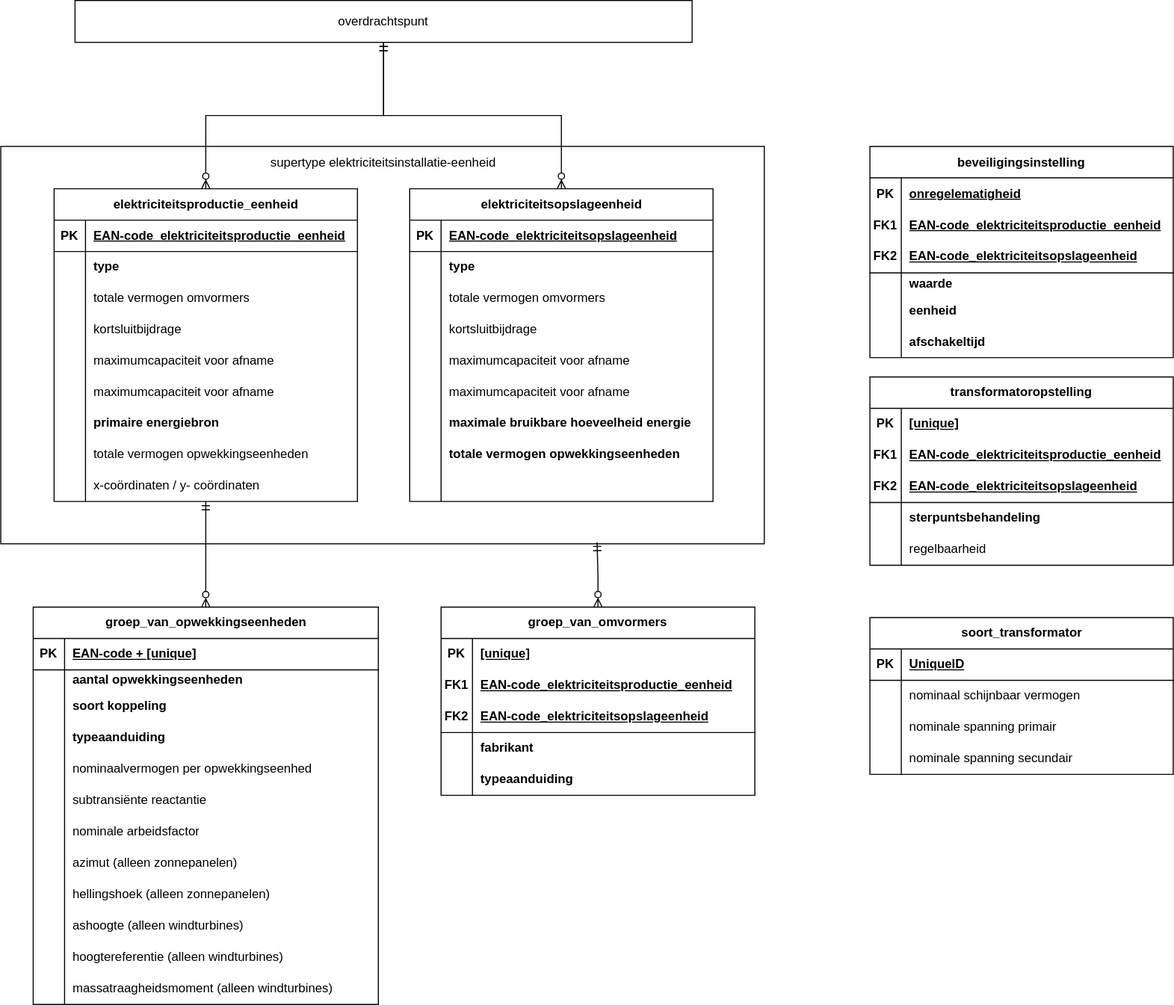
Above: installatieregister_pub.drawio.svg in Jterveld/draw.io-modellen (draw.io), before the change. Source tidied: cells renumbered, new cells last; positions are measured from the earlier drawing's top-left corner, leaving out a move shared by most shapes.
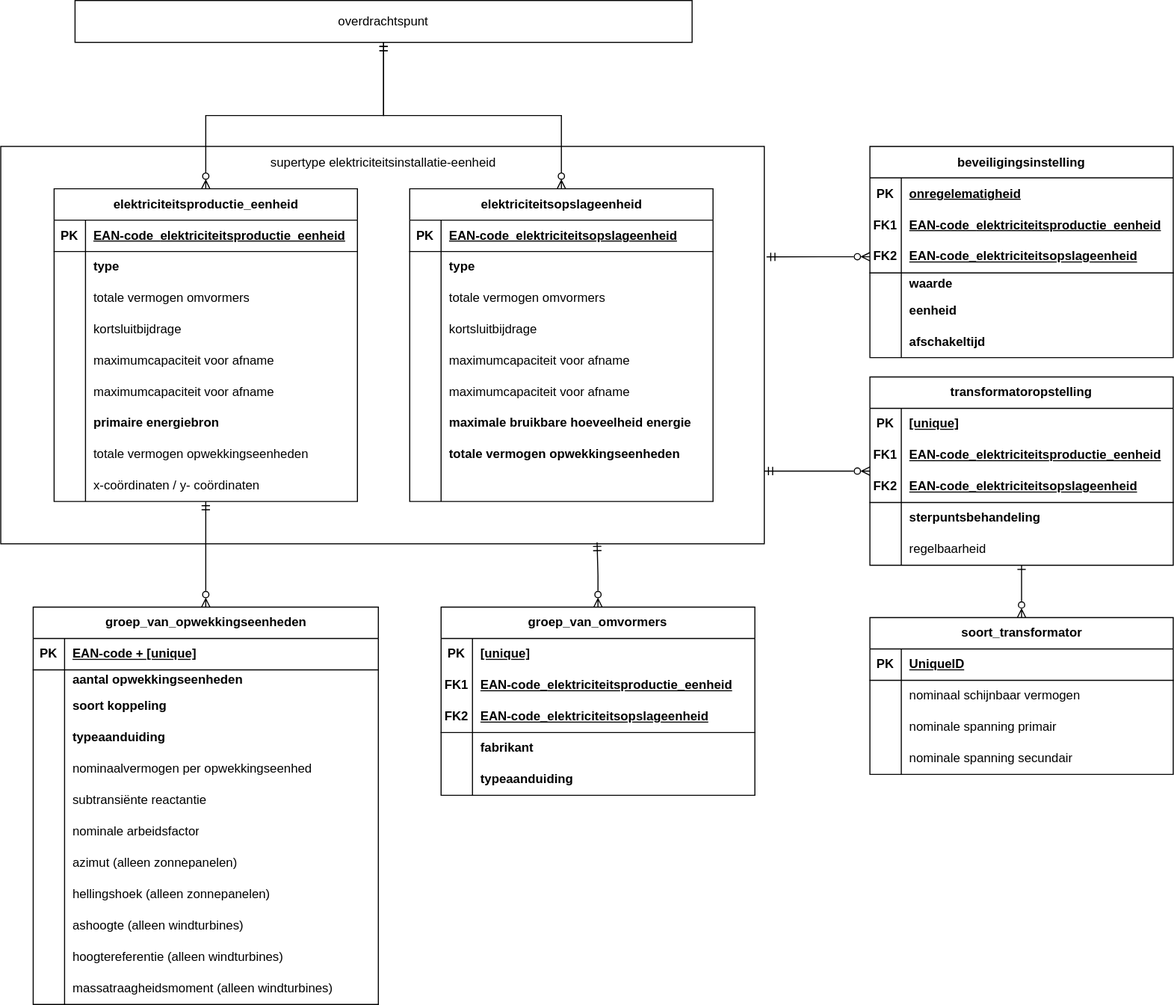
Later version of the same file.

Change to the diagram source:
```diff
@@ -407,6 +407,9 @@
     <mxCell id="136" value="afschakeltijd" style="shape=partialRectangle;fillColor=none;top=0;left=0;bottom=0;right=0;align=left;spacingLeft=6;overflow=hidden;html=1;whiteSpace=wrap;fontStyle=1;" parent="134" vertex="1">
       <mxGeometry x="30" width="260" height="30" as="geometry" />
     </mxCell>
+    <mxCell id="166" style="edgeStyle=orthogonalEdgeStyle;rounded=0;jettySize=auto;html=1;entryX=0.5;entryY=0;entryDx=0;entryDy=0;endArrow=ERzeroToMany;endFill=0;startArrow=ERone;startFill=0;" parent="1" edge="1" source="137" target="153">
+      <mxGeometry relative="1" as="geometry" />
+    </mxCell>
     <mxCell id="137" value="transformatoropstelling" style="shape=table;startSize=30;rowLines=0;fontStyle=1;align=center;html=1;whiteSpace=wrap;" parent="1" vertex="1">
       <mxGeometry x="831" y="360" width="290" height="180" as="geometry" />
     </mxCell>
@@ -494,5 +497,11 @@
     <mxCell id="165" value="nominale spanning secundair" style="shape=partialRectangle;fillColor=none;top=0;left=0;bottom=0;right=0;align=left;spacingLeft=6;overflow=hidden;whiteSpace=wrap;html=1;" parent="163" vertex="1">
       <mxGeometry x="30" width="260" height="30" as="geometry" />
     </mxCell>
+    <mxCell id="167" style="edgeStyle=orthogonalEdgeStyle;rounded=0;jettySize=auto;html=1;entryX=1.003;entryY=0.278;entryDx=0;entryDy=0;entryPerimeter=0;endArrow=ERmandOne;endFill=0;startArrow=ERzeroToMany;startFill=0;" parent="1" edge="1" source="125" target="2">
+      <mxGeometry relative="1" as="geometry" />
+    </mxCell>
+    <mxCell id="168" style="edgeStyle=orthogonalEdgeStyle;rounded=0;jettySize=auto;html=1;entryX=1;entryY=0.817;entryDx=0;entryDy=0;entryPerimeter=0;endArrow=ERmandOne;endFill=0;startArrow=ERzeroToMany;startFill=0;" parent="1" edge="1" source="137" target="2">
+      <mxGeometry relative="1" as="geometry" />
+    </mxCell>
   </root>
 </mxGraphModel>
```
